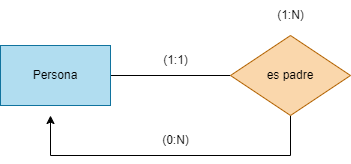
This is Tareas/Unidad1/Images/ejercicio1.3.drawio.png from WhiteCascade/BAE, a draw.io export, as it was before one commit. Source tidied: cells renumbered, new cells last; positions are measured from the earlier drawing's top-left corner, leaving out a move shared by most shapes. Its diagram source:
```xml
<mxGraphModel>
  <root>
    <mxCell id="0" />
    <mxCell id="1" parent="0" />
    <mxCell id="2" style="edgeStyle=none;html=1;entryX=0;entryY=0.5;entryDx=0;entryDy=0;endArrow=none;endFill=0;" parent="1" edge="1" source="3" target="5">
      <mxGeometry relative="1" as="geometry" />
    </mxCell>
    <mxCell id="3" value="Persona" style="rounded=0;whiteSpace=wrap;html=1;fillColor=#b1ddf0;strokeColor=#10739e;" parent="1" vertex="1">
      <mxGeometry y="45" width="110" height="60" as="geometry" />
    </mxCell>
    <mxCell id="4" style="edgeStyle=none;html=1;exitX=0.5;exitY=1;exitDx=0;exitDy=0;endArrow=none;endFill=0;" parent="1" edge="1" source="5">
      <mxGeometry relative="1" as="geometry">
        <mxPoint x="290" y="155" as="targetPoint" />
      </mxGeometry>
    </mxCell>
    <mxCell id="5" value="es padre" style="rhombus;whiteSpace=wrap;html=1;fillColor=#fad7ac;strokeColor=#b46504;" parent="1" vertex="1">
      <mxGeometry x="230" y="35" width="120" height="80" as="geometry" />
    </mxCell>
    <mxCell id="6" style="endArrow=none;html=1;" parent="1" edge="1">
      <mxGeometry relative="1" as="geometry">
        <mxPoint x="50" y="155" as="sourcePoint" />
        <mxPoint x="290" y="155" as="targetPoint" />
      </mxGeometry>
    </mxCell>
    <mxCell id="7" style="endArrow=classic;html=1;" parent="1" edge="1">
      <mxGeometry relative="1" as="geometry">
        <mxPoint x="50" y="155" as="sourcePoint" />
        <mxPoint x="50" y="115" as="targetPoint" />
      </mxGeometry>
    </mxCell>
    <mxCell id="8" value="(0:N)" style="text;html=1;align=center;verticalAlign=middle;strokeColor=none;fillColor=none;" parent="1" vertex="1">
      <mxGeometry x="150" y="125" width="50" height="30" as="geometry" />
    </mxCell>
    <mxCell id="9" value="(1:1)" style="text;html=1;align=center;verticalAlign=middle;strokeColor=none;fillColor=none;" parent="1" vertex="1">
      <mxGeometry x="150" y="45" width="50" height="30" as="geometry" />
    </mxCell>
    <mxCell id="10" value="(1:N)" style="text;html=1;align=center;verticalAlign=middle;strokeColor=none;fillColor=none;" parent="1" vertex="1">
      <mxGeometry x="265" width="50" height="30" as="geometry" />
    </mxCell>
  </root>
</mxGraphModel>
```
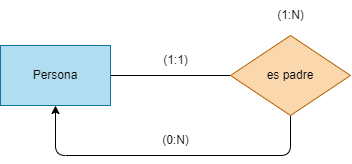
Later version of the same file.

The edit, as a diff of the source:
```diff
@@ -8,26 +8,17 @@
     <mxCell id="3" value="Persona" style="rounded=0;whiteSpace=wrap;html=1;fillColor=#b1ddf0;strokeColor=#10739e;" parent="1" vertex="1">
       <mxGeometry y="45" width="110" height="60" as="geometry" />
     </mxCell>
-    <mxCell id="4" style="edgeStyle=none;html=1;exitX=0.5;exitY=1;exitDx=0;exitDy=0;endArrow=none;endFill=0;" parent="1" edge="1" source="5">
-      <mxGeometry relative="1" as="geometry">
-        <mxPoint x="290" y="155" as="targetPoint" />
-      </mxGeometry>
-    </mxCell>
+    <mxCell id="11" style="edgeStyle=none;html=1;entryX=0.5;entryY=1;entryDx=0;entryDy=0;endArrow=classic;endFill=1;" parent="1" edge="1" source="5" target="3">
+      <mxGeometry relative="1" as="geometry">
+        <Array as="points">
+          <mxPoint x="290" y="155" />
+          <mxPoint x="55" y="155" />
+        </Array>
+      </mxGeometry>
+    </mxCell>
     <mxCell id="5" value="es padre" style="rhombus;whiteSpace=wrap;html=1;fillColor=#fad7ac;strokeColor=#b46504;" parent="1" vertex="1">
       <mxGeometry x="230" y="35" width="120" height="80" as="geometry" />
     </mxCell>
-    <mxCell id="6" style="endArrow=none;html=1;" parent="1" edge="1">
-      <mxGeometry relative="1" as="geometry">
-        <mxPoint x="50" y="155" as="sourcePoint" />
-        <mxPoint x="290" y="155" as="targetPoint" />
-      </mxGeometry>
-    </mxCell>
-    <mxCell id="7" style="endArrow=classic;html=1;" parent="1" edge="1">
-      <mxGeometry relative="1" as="geometry">
-        <mxPoint x="50" y="155" as="sourcePoint" />
-        <mxPoint x="50" y="115" as="targetPoint" />
-      </mxGeometry>
-    </mxCell>
     <mxCell id="8" value="(0:N)" style="text;html=1;align=center;verticalAlign=middle;strokeColor=none;fillColor=none;" parent="1" vertex="1">
       <mxGeometry x="150" y="125" width="50" height="30" as="geometry" />
     </mxCell>
```
